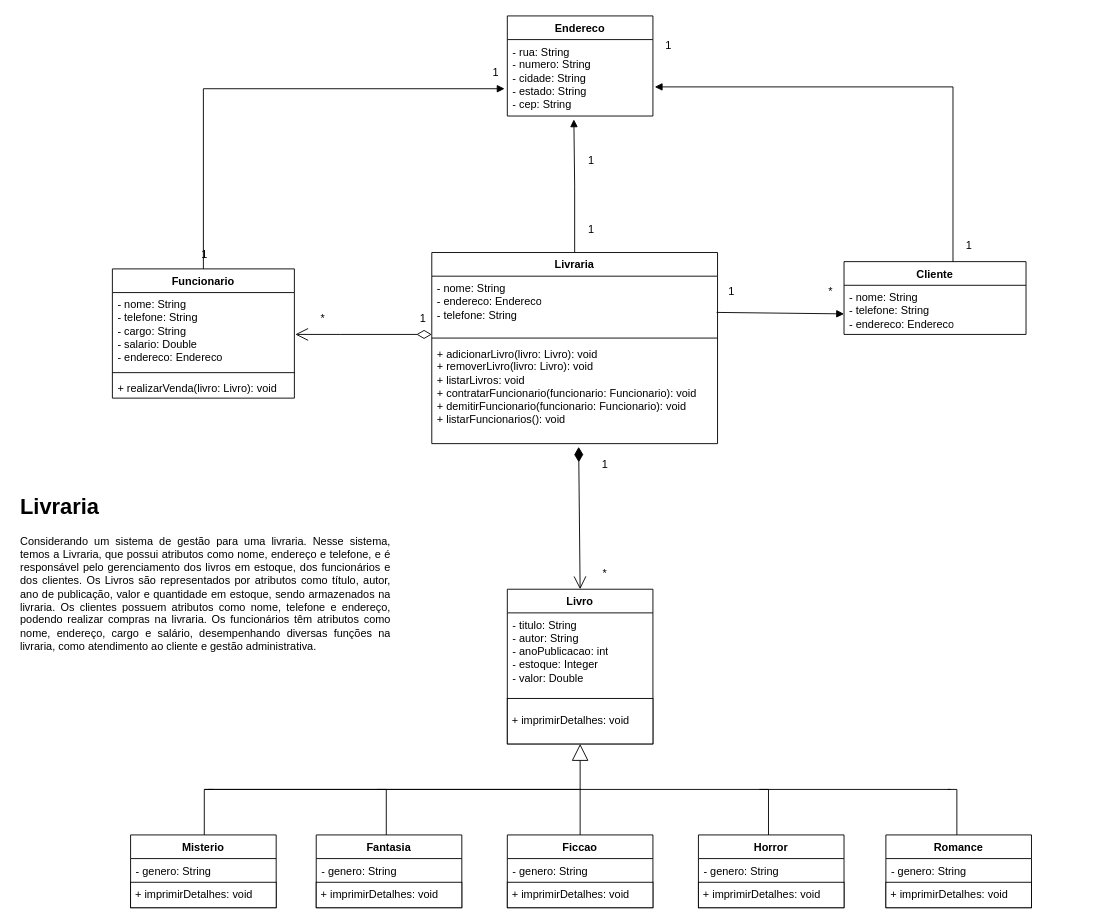
The draw.io diagram docs/POO - Checkpoint II.drawio in claudiojuniorr/poo-checkpoint-ii, before the edit. Source tidied: cells renumbered, new cells numbered last; positions are measured from the earlier drawing's top-left corner, leaving out a move shared by most shapes. Both pictures are drawn from the tidied source at 91%, with x=0, y=0 at pixel (15, 15).
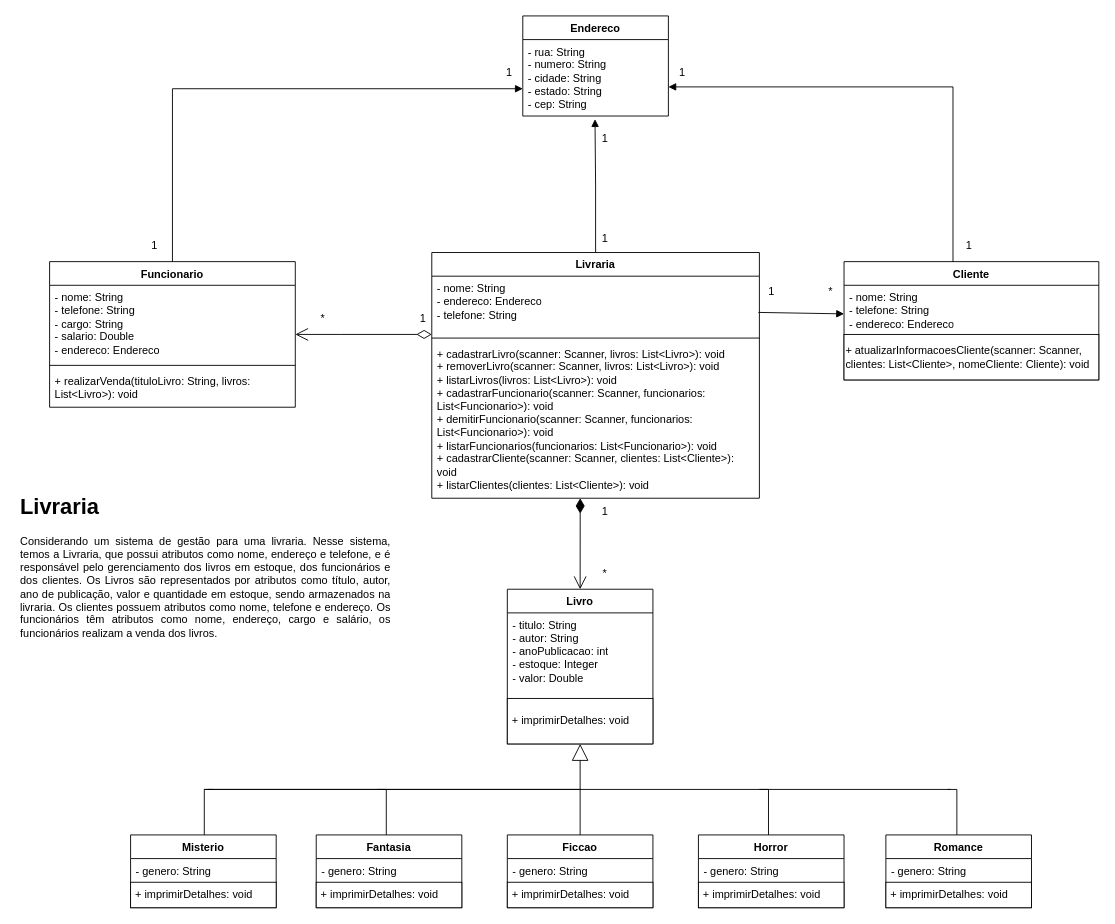
The same diagram, later.

Unchanged cells that the change refers to:
```xml
<mxCell id="2" value="Livro" style="swimlane;fontStyle=1;align=center;verticalAlign=top;horizontal=1;startSize=26;whiteSpace=wrap;html=1;" parent="1" vertex="1">
  <mxGeometry x="541" y="630" width="160" height="170" as="geometry" />
</mxCell>
<mxCell id="42" value="- rua: String&lt;br&gt;- numero: String&lt;br&gt;- cidade: String&lt;br&gt;- estado: String&lt;br&gt;- cep: String" style="text;strokeColor=none;fillColor=none;align=left;verticalAlign=top;spacingLeft=4;spacingRight=4;overflow=hidden;points=[[0,0.5],[1,0.5]];portConstraint=eastwest;whiteSpace=wrap;html=1;" parent="41" vertex="1">
  <mxGeometry y="26" width="160" height="84" as="geometry" />
</mxCell>
<mxCell id="51" value="1" style="text;html=1;align=center;verticalAlign=middle;points=[];strokeColor=none;fillColor=none;" parent="1" vertex="1">
  <mxGeometry x="1033" y="238" width="30" height="30" as="geometry" />
</mxCell>
```

Diff of the diagram source:
```diff
@@
     <mxCell id="5" value="Cliente" style="swimlane;fontStyle=1;align=center;verticalAlign=top;horizontal=1;startSize=26;whiteSpace=wrap;html=1;" parent="1" vertex="1">
-      <mxGeometry x="911" y="270" width="200" height="80" as="geometry" />
+      <mxGeometry x="911" y="270" width="280" height="130" as="geometry" />
     </mxCell>
     <mxCell id="6" value="- nome: String&lt;br&gt;- telefone: String&lt;br&gt;- endereco: Endereco" style="text;strokeColor=none;fillColor=none;align=left;verticalAlign=top;spacingLeft=4;spacingRight=4;overflow=hidden;points=[[0,0.5],[1,0.5]];portConstraint=eastwest;whiteSpace=wrap;html=1;" parent="5" vertex="1">
-      <mxGeometry y="26" width="200" height="54" as="geometry" />
+      <mxGeometry y="26" width="280" height="54" as="geometry" />
     </mxCell>
+    <mxCell id="59" value="+&amp;nbsp;atualizarInformacoesCliente(scanner: Scanner, clientes: List&amp;lt;Cliente&amp;gt;, nomeCliente: Cliente): void" style="html=1;whiteSpace=wrap;align=left;" parent="5" vertex="1">
+      <mxGeometry y="80" width="280" height="50" as="geometry" />
+    </mxCell>
     <mxCell id="7" value="Funcionario" style="swimlane;fontStyle=1;align=center;verticalAlign=top;horizontal=1;startSize=26;whiteSpace=wrap;html=1;" parent="1" vertex="1">
-      <mxGeometry x="107" y="278" width="200" height="142" as="geometry" />
+      <mxGeometry x="38" y="270" width="270" height="160" as="geometry" />
     </mxCell>
     <mxCell id="8" value="- nome: String&lt;br&gt;- telefone: String&lt;br&gt;- cargo: String&lt;br&gt;- salario: Double&lt;br&gt;- endereco: Endereco" style="text;strokeColor=none;fillColor=none;align=left;verticalAlign=top;spacingLeft=4;spacingRight=4;overflow=hidden;whiteSpace=wrap;html=1;" parent="7" vertex="1">
-      <mxGeometry y="26" width="200" height="84" as="geometry" />
+      <mxGeometry y="26" width="270" height="84" as="geometry" />
     </mxCell>
     <mxCell id="9" style="line;strokeWidth=1;fillColor=none;align=left;verticalAlign=middle;spacingTop=-1;spacingLeft=3;spacingRight=3;labelPosition=right;strokeColor=inherit;" parent="7" vertex="1">
-      <mxGeometry y="110" width="200" height="8" as="geometry" />
+      <mxGeometry y="110" width="270" height="8" as="geometry" />
     </mxCell>
-    <mxCell id="10" value="+ realizarVenda(livro: Livro): void" style="text;strokeColor=none;fillColor=none;align=left;verticalAlign=top;spacingLeft=4;spacingRight=4;overflow=hidden;whiteSpace=wrap;html=1;" parent="7" vertex="1">
-      <mxGeometry y="118" width="200" height="24" as="geometry" />
+    <mxCell id="10" value="+ realizarVenda(tituloLivro: String, livros: List&amp;lt;Livro&amp;gt;): void" style="text;strokeColor=none;fillColor=none;align=left;verticalAlign=top;spacingLeft=4;spacingRight=4;overflow=hidden;whiteSpace=wrap;html=1;" parent="7" vertex="1">
+      <mxGeometry y="118" width="270" height="42" as="geometry" />
     </mxCell>
@@
     <mxCell id="20" value="Livraria" style="swimlane;fontStyle=1;align=center;verticalAlign=top;horizontal=1;startSize=26;whiteSpace=wrap;html=1;" parent="1" vertex="1">
-      <mxGeometry x="458" y="260" width="314" height="210" as="geometry" />
+      <mxGeometry x="458" y="260" width="360" height="270" as="geometry" />
     </mxCell>
     <mxCell id="21" value="- nome: String&lt;br&gt;- endereco: Endereco&lt;br&gt;- telefone: String&lt;br&gt;" style="text;strokeColor=none;fillColor=none;align=left;verticalAlign=top;spacingLeft=4;spacingRight=4;overflow=hidden;points=[[0,0.5],[1,0.5]];portConstraint=eastwest;whiteSpace=wrap;html=1;" parent="20" vertex="1">
-      <mxGeometry y="26" width="314" height="64" as="geometry" />
+      <mxGeometry y="26" width="360" height="64" as="geometry" />
     </mxCell>
     <mxCell id="22" style="line;strokeWidth=1;fillColor=none;align=left;verticalAlign=middle;spacingTop=-1;spacingLeft=3;spacingRight=3;labelPosition=right;points=[];portConstraint=eastwest;strokeColor=inherit;" parent="20" vertex="1">
-      <mxGeometry y="90" width="314" height="8" as="geometry" />
+      <mxGeometry y="90" width="360" height="8" as="geometry" />
     </mxCell>
-    <mxCell id="23" value="+ adicionarLivro(livro: Livro): void&lt;br&gt;+ removerLivro(livro: Livro): void&lt;br&gt;+ listarLivros: void&lt;br&gt;+ contratarFuncionario(funcionario: Funcionario): void&lt;br&gt;+ demitirFuncionario(funcionario: Funcionario): void&lt;br&gt;+ listarFuncionarios(): void" style="text;strokeColor=none;fillColor=none;align=left;verticalAlign=top;spacingLeft=4;spacingRight=4;overflow=hidden;points=[[0,0.5],[1,0.5]];portConstraint=eastwest;whiteSpace=wrap;html=1;" parent="20" vertex="1">
-      <mxGeometry y="98" width="314" height="112" as="geometry" />
+    <mxCell id="23" value="&lt;div&gt;+ cadastrarLivro(scanner: Scanner, livros: List&amp;lt;Livro&amp;gt;): void&lt;/div&gt;&lt;div&gt;+ removerLivro(scanner: Scanner, livros: List&amp;lt;Livro&amp;gt;): void&lt;/div&gt;&lt;div&gt;+ listarLivros(livros: List&amp;lt;Livro&amp;gt;): void&lt;/div&gt;&lt;div&gt;+ cadastrarFuncionario(scanner: Scanner, funcionarios: List&amp;lt;Funcionario&amp;gt;): void&lt;/div&gt;&lt;div&gt;+ demitirFuncionario(scanner: Scanner, funcionarios: List&amp;lt;Funcionario&amp;gt;): void&lt;/div&gt;&lt;div&gt;+ listarFuncionarios(funcionarios: List&amp;lt;Funcionario&amp;gt;): void&lt;/div&gt;&lt;div&gt;+ cadastrarCliente(scanner: Scanner, clientes: List&amp;lt;Cliente&amp;gt;): void&lt;/div&gt;&lt;div&gt;+ listarClientes(clientes: List&amp;lt;Cliente&amp;gt;): void&lt;/div&gt;" style="text;strokeColor=none;fillColor=none;align=left;verticalAlign=top;spacingLeft=4;spacingRight=4;overflow=hidden;points=[[0,0.5],[1,0.5]];portConstraint=eastwest;whiteSpace=wrap;html=1;" parent="20" vertex="1">
+      <mxGeometry y="98" width="360" height="172" as="geometry" />
     </mxCell>
@@
-    <mxCell id="40" style="endArrow=open;html=1;endSize=12;startArrow=diamondThin;startSize=14;startFill=1;align=left;verticalAlign=bottom;rounded=0;exitX=0.514;exitY=1.032;exitDx=0;exitDy=0;exitPerimeter=0;entryX=0.5;entryY=0;entryDx=0;entryDy=0;" parent="1" edge="1" source="23" target="2">
+    <mxCell id="40" style="endArrow=open;html=1;endSize=12;startArrow=diamondThin;startSize=14;startFill=1;align=left;verticalAlign=bottom;rounded=0;exitX=0.453;exitY=1;exitDx=0;exitDy=0;exitPerimeter=0;entryX=0.5;entryY=0;entryDx=0;entryDy=0;" parent="1" edge="1" source="23" target="2">
       <mxGeometry x="-1" y="3" relative="1" as="geometry" />
     </mxCell>
     <mxCell id="41" value="Endereco" style="swimlane;fontStyle=1;align=center;verticalAlign=top;horizontal=1;startSize=26;whiteSpace=wrap;html=1;" parent="1" vertex="1">
-      <mxGeometry x="541" width="160" height="110" as="geometry" />
+      <mxGeometry x="558" width="160" height="110" as="geometry" />
     </mxCell>
@@
     <mxCell id="45" value="1" style="text;html=1;align=center;verticalAlign=middle;strokeColor=none;fillColor=none;" parent="1" vertex="1">
-      <mxGeometry x="633" y="478" width="30" height="30" as="geometry" />
+      <mxGeometry x="633" y="530" width="30" height="30" as="geometry" />
     </mxCell>
@@
     <mxCell id="47" value="1" style="text;html=1;align=center;verticalAlign=middle;strokeColor=none;fillColor=none;" parent="1" vertex="1">
-      <mxGeometry x="772" y="288" width="30" height="30" as="geometry" />
+      <mxGeometry x="816" y="288" width="30" height="30" as="geometry" />
     </mxCell>
@@
-    <mxCell id="49" style="html=1;verticalAlign=bottom;endArrow=block;edgeStyle=elbowEdgeStyle;elbow=vertical;curved=0;rounded=0;exitX=-0.075;exitY=1.077;exitDx=0;exitDy=0;exitPerimeter=0;" parent="1" edge="1" source="51">
+    <mxCell id="49" style="html=1;verticalAlign=bottom;endArrow=block;edgeStyle=elbowEdgeStyle;elbow=vertical;curved=0;rounded=0;exitX=-0.075;exitY=1.077;exitDx=0;exitDy=0;exitPerimeter=0;entryX=1;entryY=0.619;entryDx=0;entryDy=0;entryPerimeter=0;" parent="1" edge="1" source="51" target="42">
       <mxGeometry relative="1" as="geometry">
-        <mxPoint x="703" y="78" as="targetPoint" />
         <Array as="points">
           <mxPoint x="903" y="78" />
         </Array>
       </mxGeometry>
     </mxCell>
     <mxCell id="50" value="1" style="text;html=1;align=center;verticalAlign=middle;strokeColor=none;fillColor=none;" parent="1" vertex="1">
-      <mxGeometry x="703" y="18" width="30" height="30" as="geometry" />
+      <mxGeometry x="718" y="48" width="30" height="30" as="geometry" />
     </mxCell>
@@
-    <mxCell id="52" style="html=1;verticalAlign=bottom;endArrow=block;edgeStyle=elbowEdgeStyle;elbow=vertical;curved=0;rounded=0;entryX=0.457;entryY=1.044;entryDx=0;entryDy=0;entryPerimeter=0;" parent="1" edge="1" source="20" target="42">
+    <mxCell id="52" style="html=1;verticalAlign=bottom;endArrow=block;edgeStyle=elbowEdgeStyle;elbow=vertical;curved=0;rounded=0;entryX=0.496;entryY=1.041;entryDx=0;entryDy=0;entryPerimeter=0;" parent="1" edge="1" source="20" target="42">
       <mxGeometry relative="1" as="geometry" />
     </mxCell>
     <mxCell id="53" value="1" style="text;html=1;align=center;verticalAlign=middle;strokeColor=none;fillColor=none;" parent="1" vertex="1">
-      <mxGeometry x="618" y="144" width="30" height="30" as="geometry" />
+      <mxGeometry x="633" y="120" width="30" height="30" as="geometry" />
     </mxCell>
     <mxCell id="54" value="1" style="text;html=1;align=center;verticalAlign=middle;strokeColor=none;fillColor=none;" parent="1" vertex="1">
-      <mxGeometry x="618" y="220" width="30" height="30" as="geometry" />
+      <mxGeometry x="633" y="230" width="30" height="30" as="geometry" />
     </mxCell>
     <mxCell id="55" style="html=1;verticalAlign=bottom;endArrow=block;edgeStyle=elbowEdgeStyle;elbow=vertical;curved=0;rounded=0;exitX=0.5;exitY=0;exitDx=0;exitDy=0;" parent="1" edge="1" source="7">
       <mxGeometry relative="1" as="geometry">
-        <mxPoint x="538" y="80" as="targetPoint" />
+        <mxPoint x="558" y="80" as="targetPoint" />
         <Array as="points">
           <mxPoint x="358" y="80" />
         </Array>
       </mxGeometry>
     </mxCell>
     <mxCell id="56" value="1" style="text;html=1;align=center;verticalAlign=middle;strokeColor=none;fillColor=none;" parent="1" vertex="1">
-      <mxGeometry x="513" y="48" width="30" height="30" as="geometry" />
+      <mxGeometry x="528" y="48" width="30" height="30" as="geometry" />
     </mxCell>
     <mxCell id="57" value="1" style="text;html=1;align=center;verticalAlign=middle;strokeColor=none;fillColor=none;" parent="1" vertex="1">
-      <mxGeometry x="193" y="248" width="30" height="30" as="geometry" />
+      <mxGeometry x="138" y="238" width="30" height="30" as="geometry" />
     </mxCell>
-    <mxCell id="58" value="&lt;h1 style=&quot;text-align: justify;&quot;&gt;Livraria&lt;/h1&gt;&lt;p style=&quot;text-align: justify;&quot;&gt;Considerando um sistema de gestão para uma livraria. Nesse sistema, temos a Livraria, que possui atributos como nome, endereço e telefone, e é responsável pelo gerenciamento dos livros em estoque, dos funcionários e dos clientes. Os Livros são representados por atributos como título, autor, ano de publicação, valor e quantidade em estoque, sendo armazenados na livraria. Os clientes possuem atributos como nome, telefone e endereço, podendo realizar compras na livraria. Os funcionários têm atributos como nome, endereço, cargo e salário, desempenhando diversas funções na livraria, como atendimento ao cliente e gestão administrativa.&lt;br&gt;&lt;/p&gt;" style="text;html=1;strokeColor=none;fillColor=none;spacing=5;spacingTop=-20;whiteSpace=wrap;overflow=hidden;rounded=0;" parent="1" vertex="1">
+    <mxCell id="58" value="&lt;h1 style=&quot;text-align: justify;&quot;&gt;Livraria&lt;/h1&gt;&lt;p style=&quot;text-align: justify;&quot;&gt;Considerando um sistema de gestão para uma livraria. Nesse sistema, temos a Livraria, que possui atributos como nome, endereço e telefone, e é responsável pelo gerenciamento dos livros em estoque, dos funcionários e dos clientes. Os Livros são representados por atributos como título, autor, ano de publicação, valor e quantidade em estoque, sendo armazenados na livraria. Os clientes possuem atributos como nome, telefone e endereço. Os funcionários têm atributos como nome, endereço, cargo e salário, os funcionários realizam a venda dos livros.&lt;br&gt;&lt;/p&gt;" style="text;html=1;strokeColor=none;fillColor=none;spacing=5;spacingTop=-20;whiteSpace=wrap;overflow=hidden;rounded=0;" parent="1" vertex="1">
       <mxGeometry x="0.5" y="520" width="415" height="210" as="geometry" />
     </mxCell>
```
